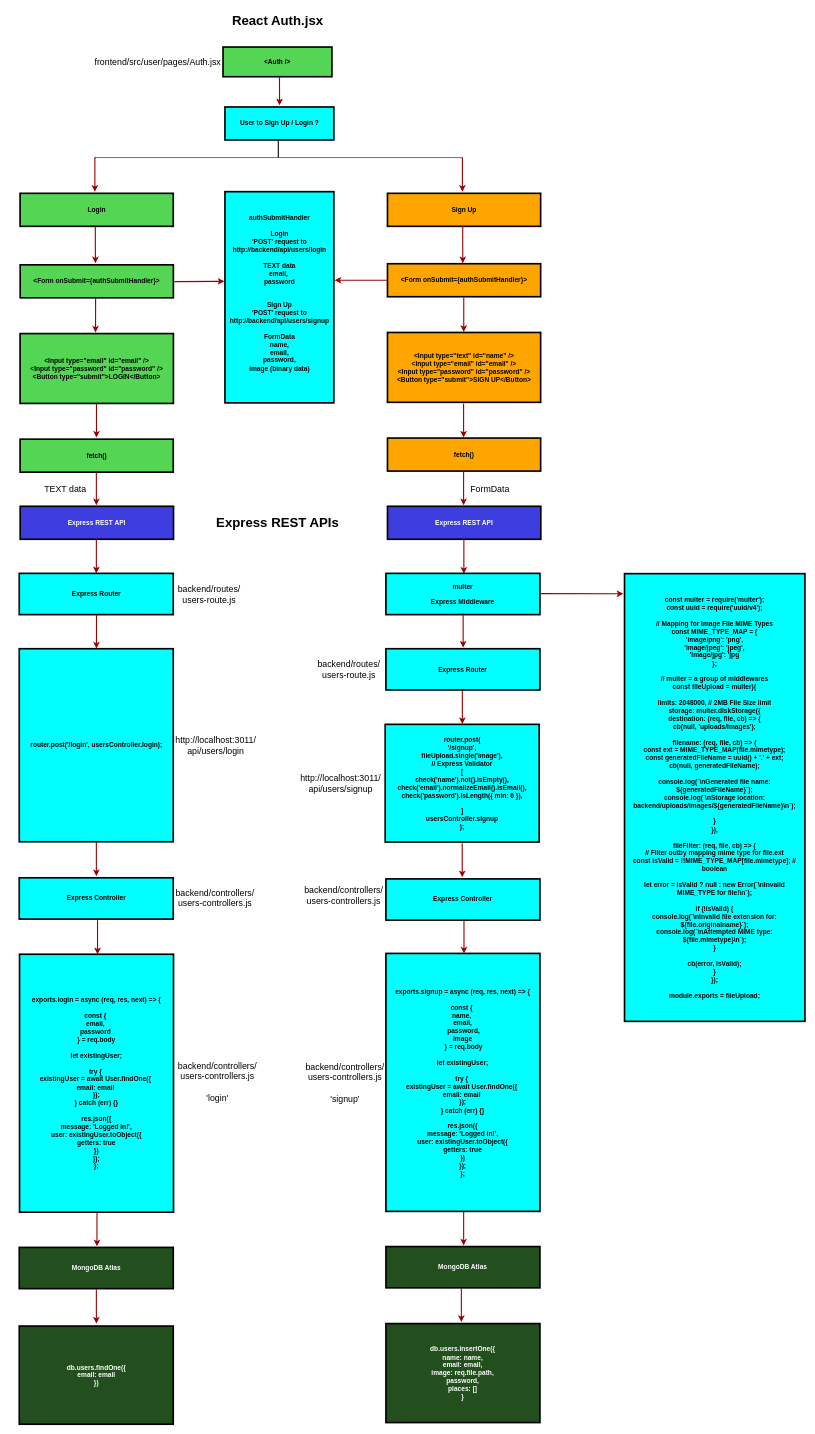
PhoenixYork166/draw.io keeps this draw.io diagram as page "App3-Auth-component" (8 of 24) of Diagrams.drawio. Above is the earlier version. Source tidied: cells renumbered, new cells numbered last; positions are measured from the earlier drawing's top-left corner, leaving out a move shared by most shapes. Both pictures are drawn from the tidied source at 55%, with x=0, y=0 at pixel (9, 9).
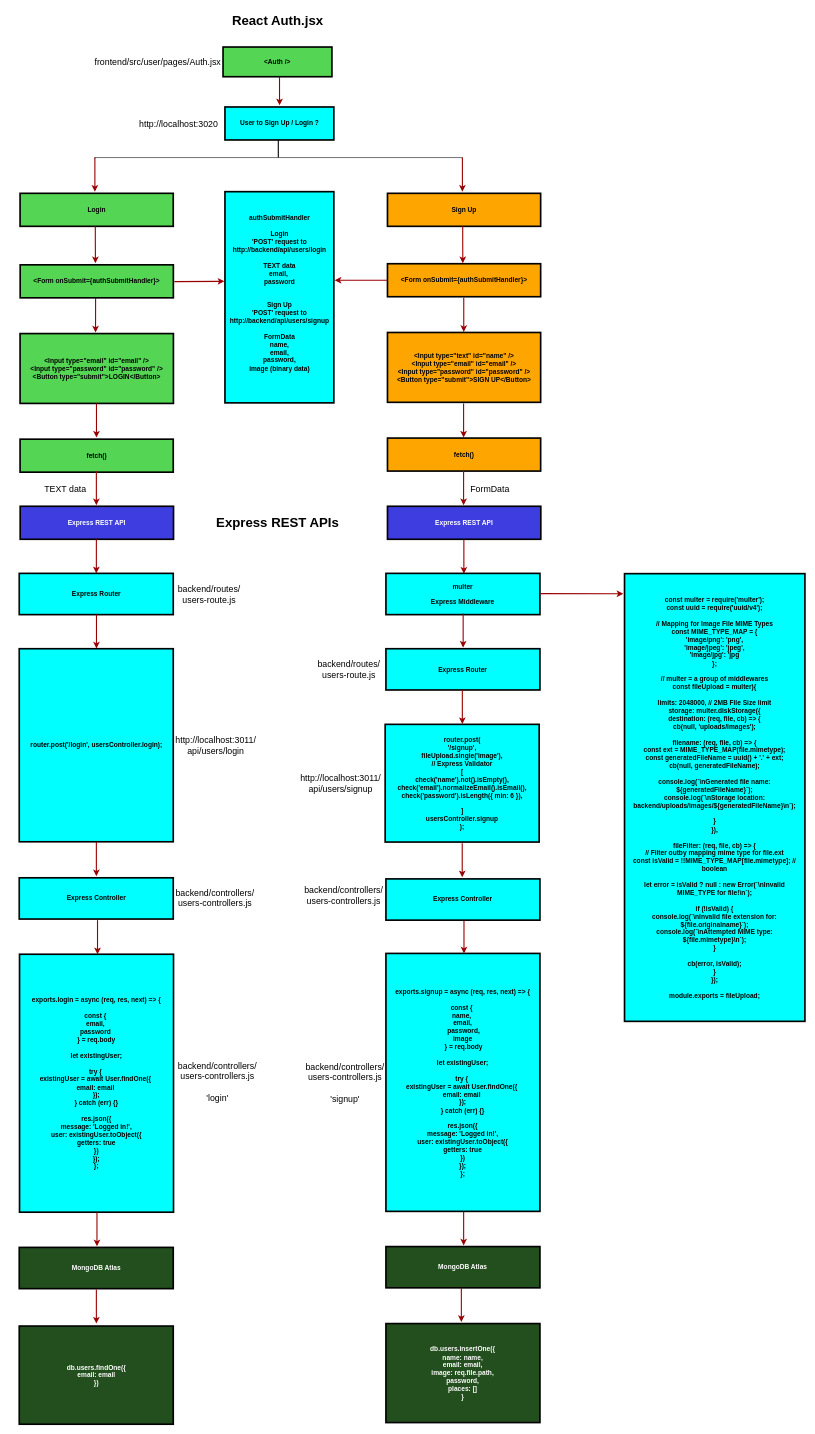
After the change.

Change to the diagram source:
```diff
@@
+    <mxCell id="71" value="http://localhost:3020" style="text;html=1;align=center;verticalAlign=middle;whiteSpace=wrap;rounded=0;fontSize=16;" parent="1" vertex="1">
+      <mxGeometry x="206" y="170" width="203" height="74" as="geometry" />
+    </mxCell>
```
